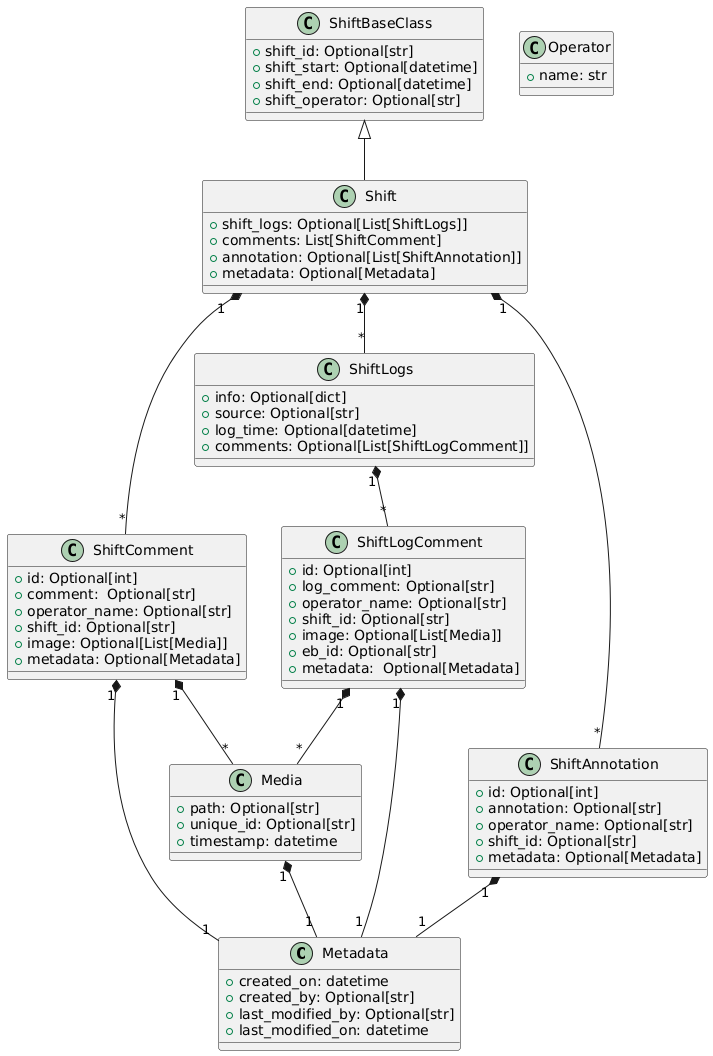
ska-telescope/ska-oso-slt-services keeps this PlantUML diagram as docs/src/deveoper/shift_models.png. Above is the earlier version.
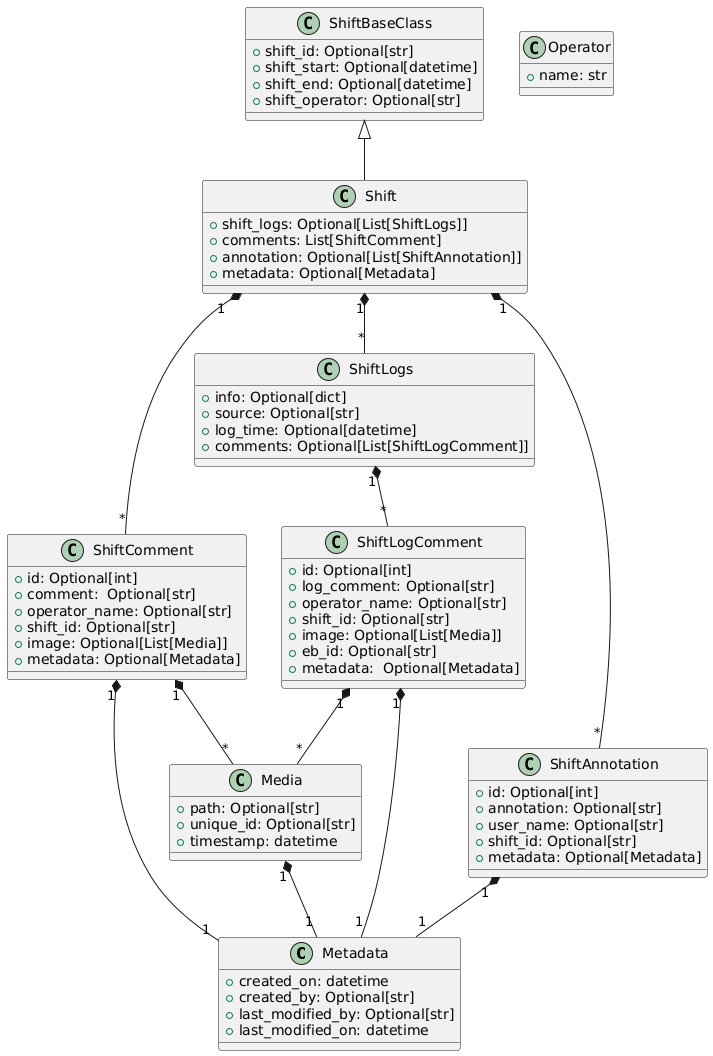
The same diagram one commit later.

Commit message:
NAK-1149 modified shift annotaions class structure

Diff of the diagram source:
```diff
@@ -38,7 +38,7 @@
 class ShiftAnnotation {
     +id: Optional[int]
     +annotation: Optional[str]
-    +operator_name: Optional[str]
+    +user_name: Optional[str]
     +shift_id: Optional[str]
     +metadata: Optional[Metadata]
 }
```
